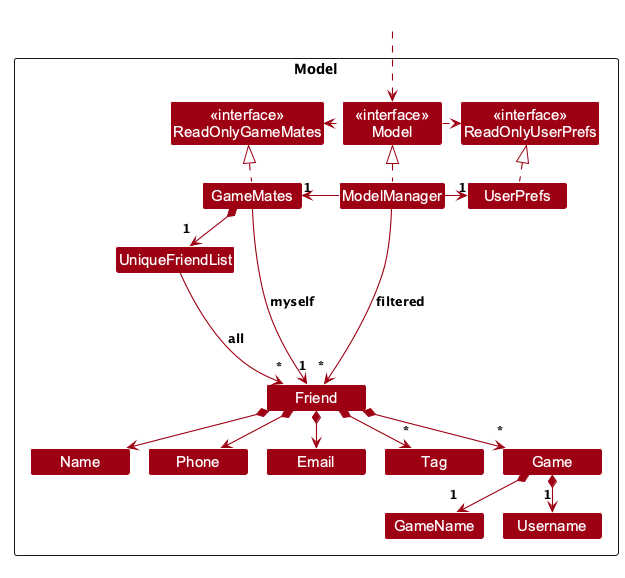
The PlantUML diagram images/ModelClassDiagram.png in AY2627S1-CS2103T-W14-3/tp, before a commit.
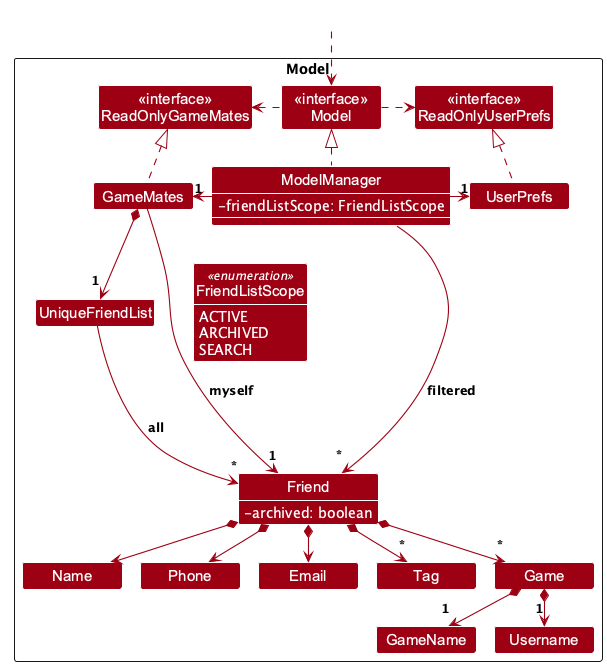
The same diagram one commit later.

Change to the diagram source:
```diff
@@ -7,17 +7,28 @@
 skinparam minClassWidth 100
 skinparam nodesep 30
 skinparam ranksep 50
+skinparam classAttributeIconSize 0
+skinparam classAttributeFontColor #FFFFFF
 
 Package Model as ModelPackage <<Rectangle>>{
 Class "<<interface>>\nReadOnlyGameMates" as ReadOnlyGameMates
 Class "<<interface>>\nReadOnlyUserPrefs" as ReadOnlyUserPrefs
 Class "<<interface>>\nModel" as Model
 Class GameMates
-Class ModelManager
+Class ModelManager {
+    -friendListScope: FriendListScope
+}
+enum FriendListScope <<enumeration>> {
+    ACTIVE
+    ARCHIVED
+    SEARCH
+}
 Class UserPrefs
 
 Class UniqueFriendList
-Class Friend
+Class Friend {
+    -archived: boolean
+}
 Class Email
 Class Name
 Class Phone
@@ -32,6 +43,11 @@
 Class HiddenOutside #FFFFFF
 HiddenOutside ..> Model
 
+show Friend attributes
+show FriendListScope members
+show ModelManager members
+hide FriendListScope methods
+
 GameMates .up.|> ReadOnlyGameMates
 
 ModelManager .up.|> Model
@@ -39,6 +55,7 @@
 Model .left.> ReadOnlyGameMates
 ModelManager -left-> "1" GameMates
 ModelManager -right-> "1" UserPrefs
+ModelManager -[hidden]down-> FriendListScope
 UserPrefs .up.|> ReadOnlyUserPrefs
 
 GameMates *--> "1\n<size:6> </size>" UniqueFriendList
```
